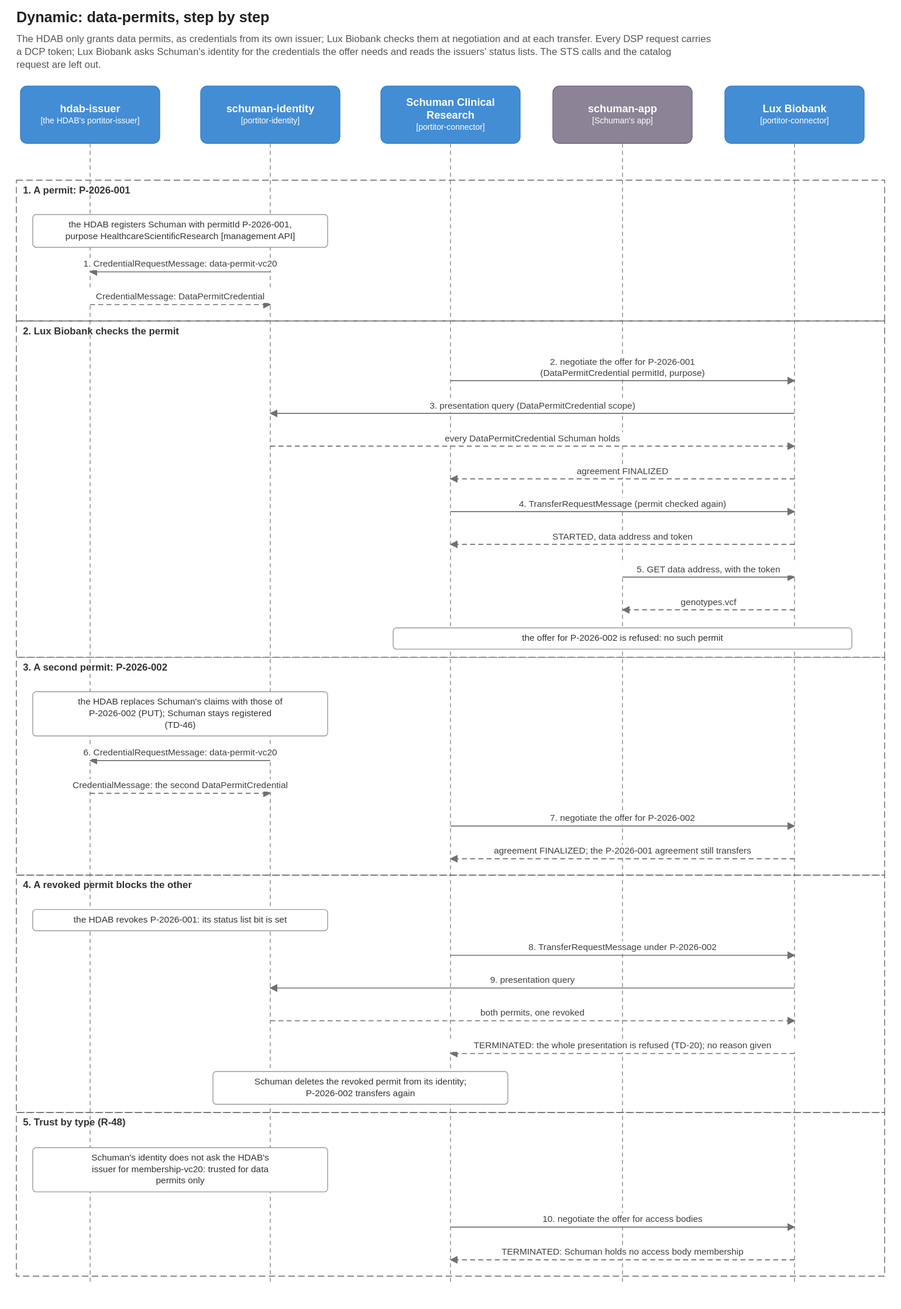
The draw.io diagram scenarios/data-permits/diagrams/scenario.drawio.svg in brunopacheco1/portitor, before a commit. Source tidied: cells renumbered, new cells last; positions are measured from the earlier drawing's top-left corner, leaving out a move shared by most shapes.
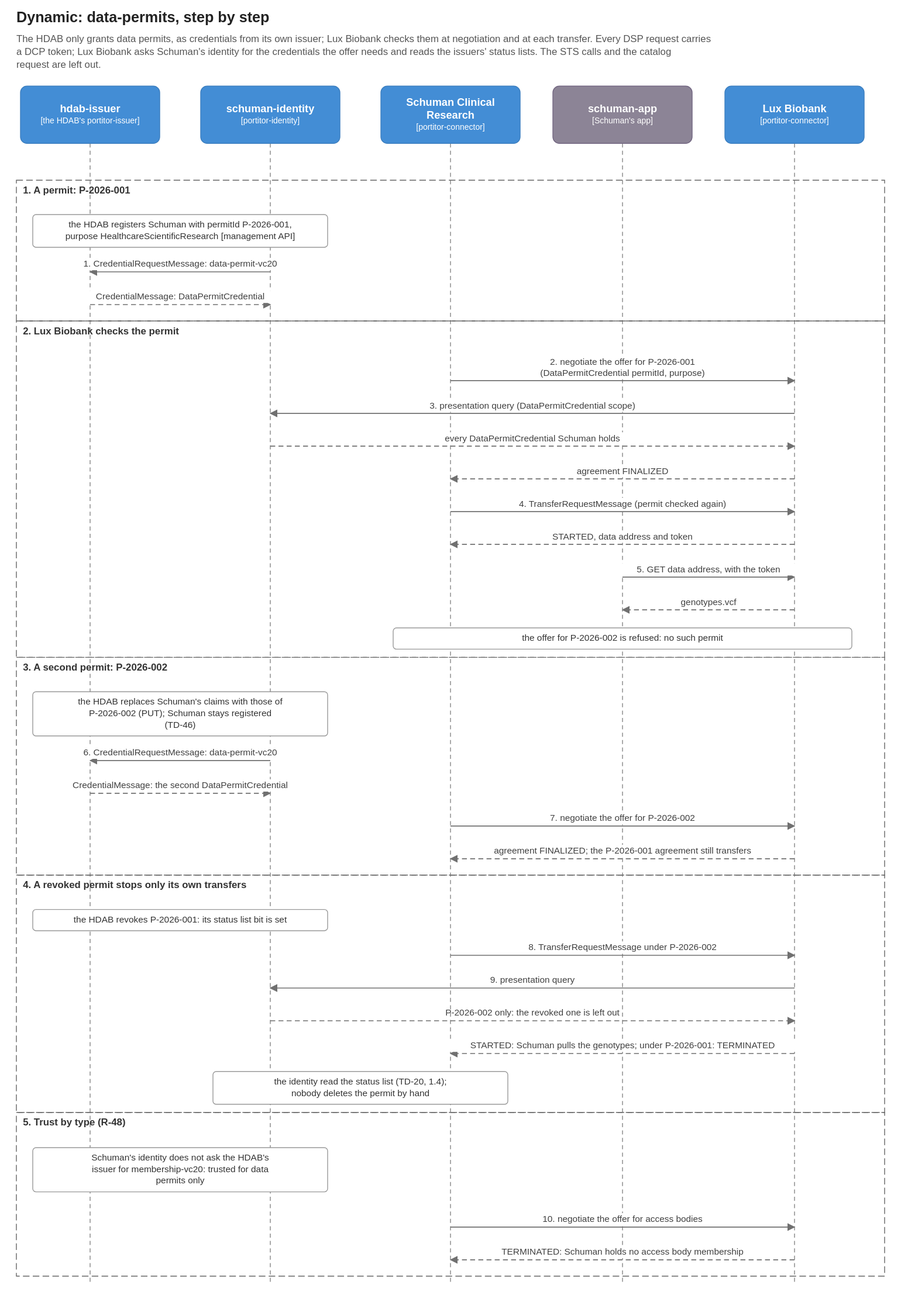
The same file after the commit.

Change to the diagram source:
```diff
@@ -131,19 +131,19 @@
         <mxPoint x="310" y="1197" as="targetPoint" />
       </mxGeometry>
     </mxCell>
-    <mxCell id="29" value="both permits, one revoked" style="endArrow=blockThin;endFill=1;html=1;rounded=0;strokeColor=#707070;fontSize=11;fontColor=#404040;labelBackgroundColor=#FFFFFF;dashed=1;dashPattern=6 4;" parent="1" edge="1">
+    <mxCell id="29" value="P-2026-002 only: the revoked one is left out" style="endArrow=blockThin;endFill=1;html=1;rounded=0;strokeColor=#707070;fontSize=11;fontColor=#404040;labelBackgroundColor=#FFFFFF;dashed=1;dashPattern=6 4;" parent="1" edge="1">
       <mxGeometry relative="1" as="geometry">
         <mxPoint x="310" y="1237" as="sourcePoint" />
         <mxPoint x="950" y="1237" as="targetPoint" />
       </mxGeometry>
     </mxCell>
-    <mxCell id="30" value="TERMINATED: the whole presentation is refused (TD-20); no reason given" style="endArrow=blockThin;endFill=1;html=1;rounded=0;strokeColor=#707070;fontSize=11;fontColor=#404040;labelBackgroundColor=#FFFFFF;dashed=1;dashPattern=6 4;" parent="1" edge="1">
+    <mxCell id="30" value="STARTED: Schuman pulls the genotypes; under P-2026-001: TERMINATED" style="endArrow=blockThin;endFill=1;html=1;rounded=0;strokeColor=#707070;fontSize=11;fontColor=#404040;labelBackgroundColor=#FFFFFF;dashed=1;dashPattern=6 4;" parent="1" edge="1">
       <mxGeometry relative="1" as="geometry">
         <mxPoint x="950" y="1277" as="sourcePoint" />
         <mxPoint x="530" y="1277" as="targetPoint" />
       </mxGeometry>
     </mxCell>
-    <mxCell id="31" value="Schuman deletes the revoked permit from its identity; P-2026-002 transfers again" style="rounded=1;arcSize=4;whiteSpace=wrap;html=1;fillColor=#FFFFFF;strokeColor=#999999;fontColor=#333333;fontSize=11;align=center;verticalAlign=middle;c4Kind=note;c4Name=Schuman deletes the revoked permit from its identity; P-2026-002 transfers again;" parent="1" vertex="1">
+    <mxCell id="31" value="the identity read the status list (TD-20, 1.4); nobody deletes the permit by hand" style="rounded=1;arcSize=4;whiteSpace=wrap;html=1;fillColor=#FFFFFF;strokeColor=#999999;fontColor=#333333;fontSize=11;align=center;verticalAlign=middle;c4Kind=note;c4Name=the identity read the status list (TD-20, 1.4); nobody deletes the permit by hand;" parent="1" vertex="1">
       <mxGeometry x="240" y="1299" width="360" height="40" as="geometry" />
     </mxCell>
     <mxCell id="32" value="Schuman's identity does not ask the HDAB's issuer for membership-vc20: trusted for data permits only" style="rounded=1;arcSize=4;whiteSpace=wrap;html=1;fillColor=#FFFFFF;strokeColor=#999999;fontColor=#333333;fontSize=11;align=center;verticalAlign=middle;c4Kind=note;c4Name=Schuman's identity does not ask the HDAB's issuer for membership-vc20: trusted for data permits only;" parent="1" vertex="1">
@@ -195,7 +195,7 @@
     <mxCell id="42" value="3. A second permit: P-2026-002" style="rounded=0;whiteSpace=wrap;html=1;fillColor=none;dashed=1;dashPattern=8 4;strokeColor=#666666;fontColor=#333333;align=left;verticalAlign=top;spacingLeft=8;spacingTop=4;fontSize=12;fontStyle=1;" parent="1" vertex="1">
       <mxGeometry y="793" width="1060" height="266" as="geometry" />
     </mxCell>
-    <mxCell id="43" value="4. A revoked permit blocks the other" style="rounded=0;whiteSpace=wrap;html=1;fillColor=none;dashed=1;dashPattern=8 4;strokeColor=#666666;fontColor=#333333;align=left;verticalAlign=top;spacingLeft=8;spacingTop=4;fontSize=12;fontStyle=1;" parent="1" vertex="1">
+    <mxCell id="43" value="4. A revoked permit stops only its own transfers" style="rounded=0;whiteSpace=wrap;html=1;fillColor=none;dashed=1;dashPattern=8 4;strokeColor=#666666;fontColor=#333333;align=left;verticalAlign=top;spacingLeft=8;spacingTop=4;fontSize=12;fontStyle=1;" parent="1" vertex="1">
       <mxGeometry y="1059" width="1060" height="290" as="geometry" />
     </mxCell>
     <mxCell id="44" value="5. Trust by type (R-48)" style="rounded=0;whiteSpace=wrap;html=1;fillColor=none;dashed=1;dashPattern=8 4;strokeColor=#666666;fontColor=#333333;align=left;verticalAlign=top;spacingLeft=8;spacingTop=4;fontSize=12;fontStyle=1;" parent="1" vertex="1">
```
